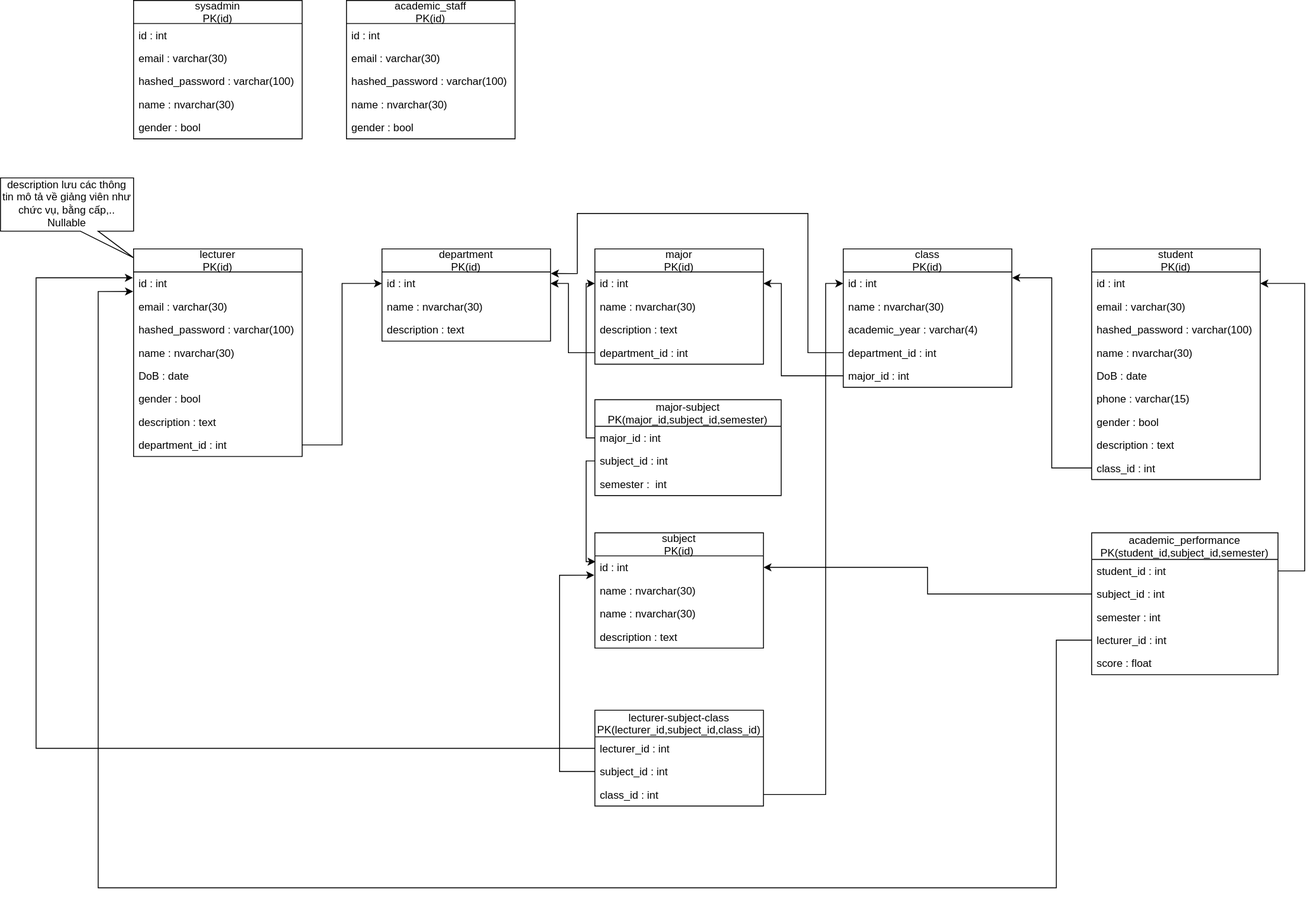
The draw.io diagram design/DB-Draft.svg in thaison185/Laravel-Project, before a commit. Source tidied: cells renumbered, new cells last; positions are measured from the earlier drawing's top-left corner, leaving out a move shared by most shapes.
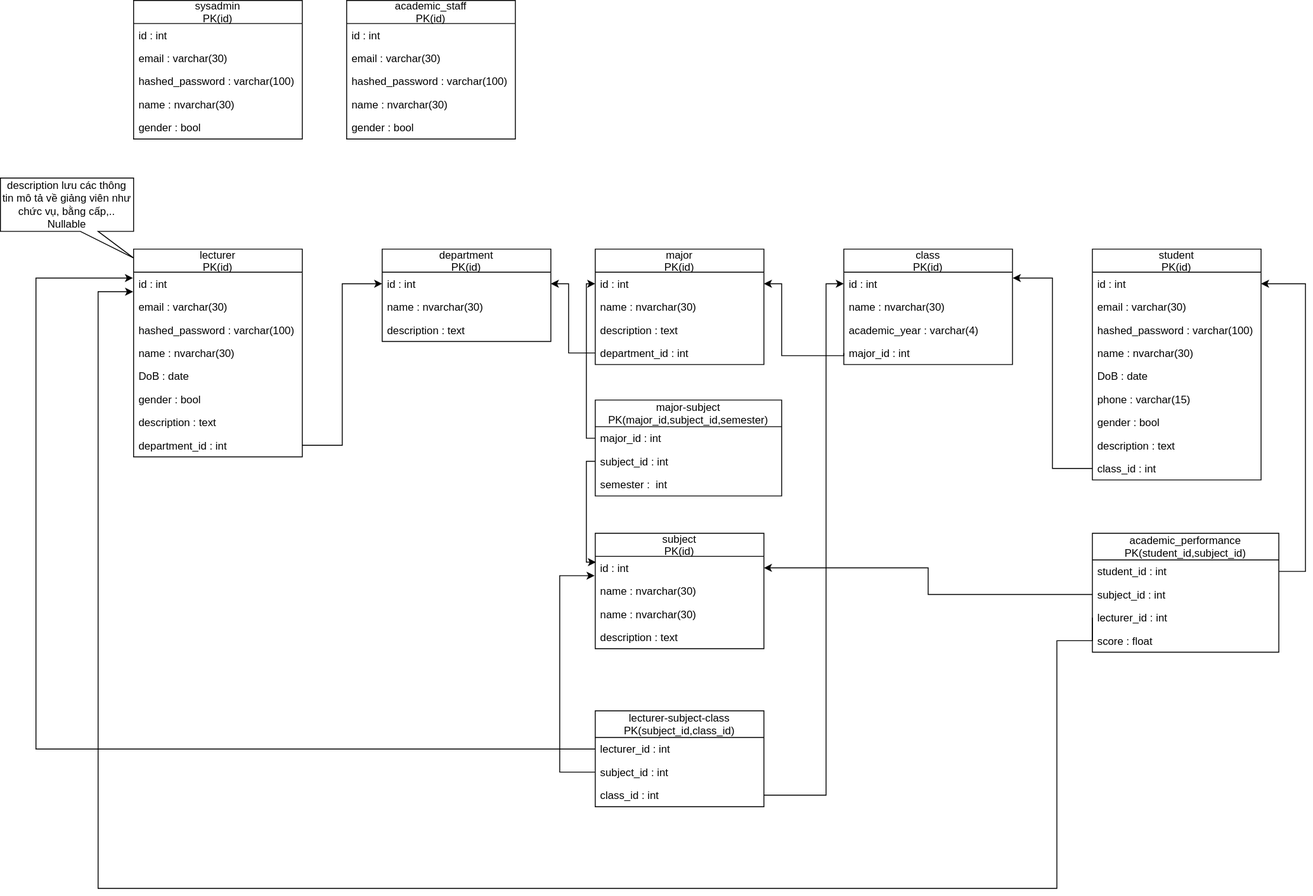
Above is the later version.

Diff of the diagram source:
```diff
@@ -123,7 +123,7 @@
       <mxGeometry y="104" width="190" height="26" as="geometry" />
     </mxCell>
     <mxCell id="42" value="    class    &#10;PK(id)" style="swimlane;fontStyle=0;horizontal=1;startSize=26;fillColor=none;" parent="1" vertex="1">
-      <mxGeometry x="950" y="280" width="190" height="156" as="geometry" />
+      <mxGeometry x="950" y="280" width="190" height="130" as="geometry" />
     </mxCell>
     <mxCell id="43" value="id : int  " style="text;strokeColor=none;fillColor=none;align=left;verticalAlign=top;spacingLeft=4;spacingRight=4;overflow=hidden;points=[[0,0.5],[1,0.5]];portConstraint=eastwest;" parent="42" vertex="1">
       <mxGeometry y="26" width="190" height="26" as="geometry" />
@@ -134,11 +134,8 @@
     <mxCell id="45" value="academic_year : varchar(4)" style="text;strokeColor=none;fillColor=none;align=left;verticalAlign=top;spacingLeft=4;spacingRight=4;overflow=hidden;" parent="42" vertex="1">
       <mxGeometry y="78" width="190" height="26" as="geometry" />
     </mxCell>
-    <mxCell id="46" value="department_id : int" style="text;strokeColor=none;fillColor=none;align=left;verticalAlign=top;spacingLeft=4;spacingRight=4;overflow=hidden;points=[[0,0.5],[1,0.5]];portConstraint=eastwest;" parent="42" vertex="1">
-      <mxGeometry y="104" width="190" height="26" as="geometry" />
-    </mxCell>
     <mxCell id="47" value="major_id : int" style="text;strokeColor=none;fillColor=none;align=left;verticalAlign=top;spacingLeft=4;spacingRight=4;overflow=hidden;points=[[0,0.5],[1,0.5]];portConstraint=eastwest;" parent="42" vertex="1">
-      <mxGeometry y="130" width="190" height="26" as="geometry" />
+      <mxGeometry y="104" width="190" height="26" as="geometry" />
     </mxCell>
     <mxCell id="48" value="student&#10;PK(id)" style="swimlane;fontStyle=0;horizontal=1;startSize=26;fillColor=none;" parent="1" vertex="1">
       <mxGeometry x="1230" y="280" width="190" height="260" as="geometry" />
@@ -170,7 +167,7 @@
     <mxCell id="57" value="class_id : int" style="text;strokeColor=none;fillColor=none;align=left;verticalAlign=top;spacingLeft=4;spacingRight=4;overflow=hidden;points=[[0,0.5],[1,0.5]];portConstraint=eastwest;" parent="48" vertex="1">
       <mxGeometry y="234" width="190" height="26" as="geometry" />
     </mxCell>
-    <mxCell id="58" value="lecturer-subject-class&#10;PK(lecturer_id,subject_id,class_id)" style="swimlane;fontStyle=0;horizontal=1;startSize=30;fillColor=none;" parent="1" vertex="1">
+    <mxCell id="58" value="lecturer-subject-class&#10;PK(subject_id,class_id)" style="swimlane;fontStyle=0;horizontal=1;startSize=30;fillColor=none;" parent="1" vertex="1">
       <mxGeometry x="670" y="800" width="190" height="108" as="geometry" />
     </mxCell>
     <mxCell id="59" value="lecturer_id : int" style="text;strokeColor=none;fillColor=none;align=left;verticalAlign=top;spacingLeft=4;spacingRight=4;overflow=hidden;points=[[0,0.5],[1,0.5]];portConstraint=eastwest;" parent="58" vertex="1">
@@ -196,21 +193,12 @@
     <mxCell id="64" style="endArrow=classic;html=1;rounded=0;exitX=0;exitY=0.5;exitDx=0;exitDy=0;entryX=1;entryY=0.5;entryDx=0;entryDy=0;edgeStyle=orthogonalEdgeStyle;" parent="1" edge="1" source="47" target="29">
       <mxGeometry relative="1" as="geometry">
         <Array as="points">
-          <mxPoint x="880" y="423" />
+          <mxPoint x="950" y="400" />
+          <mxPoint x="880" y="400" />
           <mxPoint x="880" y="319" />
         </Array>
       </mxGeometry>
     </mxCell>
-    <mxCell id="65" style="endArrow=classic;html=1;rounded=0;exitX=0;exitY=0.5;exitDx=0;exitDy=0;edgeStyle=orthogonalEdgeStyle;entryX=1.002;entryY=0.069;entryDx=0;entryDy=0;entryPerimeter=0;" parent="1" edge="1" source="46" target="25">
-      <mxGeometry relative="1" as="geometry">
-        <Array as="points">
-          <mxPoint x="910" y="397" />
-          <mxPoint x="910" y="240" />
-          <mxPoint x="650" y="240" />
-          <mxPoint x="650" y="308" />
-        </Array>
-      </mxGeometry>
-    </mxCell>
     <mxCell id="66" style="endArrow=classic;html=1;rounded=0;exitX=0;exitY=0.5;exitDx=0;exitDy=0;entryX=1.002;entryY=0.254;entryDx=0;entryDy=0;edgeStyle=orthogonalEdgeStyle;entryPerimeter=0;" parent="1" edge="1" source="57" target="43">
       <mxGeometry relative="1" as="geometry" />
     </mxCell>
@@ -244,8 +232,8 @@
         </Array>
       </mxGeometry>
     </mxCell>
-    <mxCell id="72" value="academic_performance&#10;PK(student_id,subject_id,semester)" style="swimlane;fontStyle=0;horizontal=1;startSize=30;fillColor=none;" parent="1" vertex="1">
-      <mxGeometry x="1230" y="600" width="210" height="160" as="geometry" />
+    <mxCell id="72" value="academic_performance&#10;PK(student_id,subject_id)" style="swimlane;fontStyle=0;horizontal=1;startSize=30;fillColor=none;" parent="1" vertex="1">
+      <mxGeometry x="1230" y="600" width="210" height="134" as="geometry" />
     </mxCell>
     <mxCell id="73" value="student_id : int" style="text;strokeColor=none;fillColor=none;align=left;verticalAlign=top;spacingLeft=4;spacingRight=4;overflow=hidden;points=[[0,0.5],[1,0.5]];portConstraint=eastwest;" parent="72" vertex="1">
       <mxGeometry y="30" width="210" height="26" as="geometry" />
@@ -253,14 +241,11 @@
     <mxCell id="74" value="subject_id : int" style="text;strokeColor=none;fillColor=none;align=left;verticalAlign=top;spacingLeft=4;spacingRight=4;overflow=hidden;points=[[0,0.5],[1,0.5]];portConstraint=eastwest;" parent="72" vertex="1">
       <mxGeometry y="56" width="210" height="26" as="geometry" />
     </mxCell>
-    <mxCell id="75" value="semester : int" style="text;strokeColor=none;fillColor=none;align=left;verticalAlign=top;spacingLeft=4;spacingRight=4;overflow=hidden;" parent="72" vertex="1">
-      <mxGeometry y="82" width="210" height="26" as="geometry" />
-    </mxCell>
     <mxCell id="76" value="lecturer_id : int" style="text;strokeColor=none;fillColor=none;align=left;verticalAlign=top;spacingLeft=4;spacingRight=4;overflow=hidden;points=[[0,0.5],[1,0.5]];portConstraint=eastwest;" parent="72" vertex="1">
-      <mxGeometry y="108" width="210" height="26" as="geometry" />
+      <mxGeometry y="82" width="210" height="26" as="geometry" />
     </mxCell>
     <mxCell id="77" value="score : float" style="text;strokeColor=none;fillColor=none;align=left;verticalAlign=top;spacingLeft=4;spacingRight=4;overflow=hidden;" parent="72" vertex="1">
-      <mxGeometry y="134" width="210" height="26" as="geometry" />
+      <mxGeometry y="108" width="210" height="26" as="geometry" />
     </mxCell>
     <mxCell id="78" style="endArrow=classic;html=1;rounded=0;exitX=1;exitY=0.5;exitDx=0;exitDy=0;entryX=1;entryY=0.5;entryDx=0;entryDy=0;edgeStyle=orthogonalEdgeStyle;" parent="1" edge="1" source="73" target="49">
       <mxGeometry relative="1" as="geometry">
```
